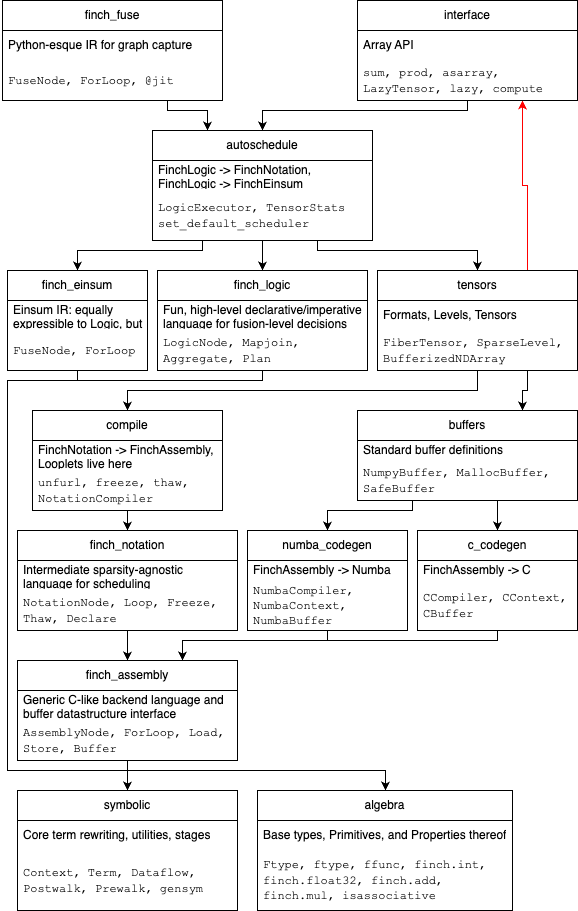
Above: finch-dependencies.png in finch-tensor/finch-tensor (draw.io), before the change. Source tidied: cells renumbered, new cells last; positions are measured from the earlier drawing's top-left corner, leaving out a move shared by most shapes.
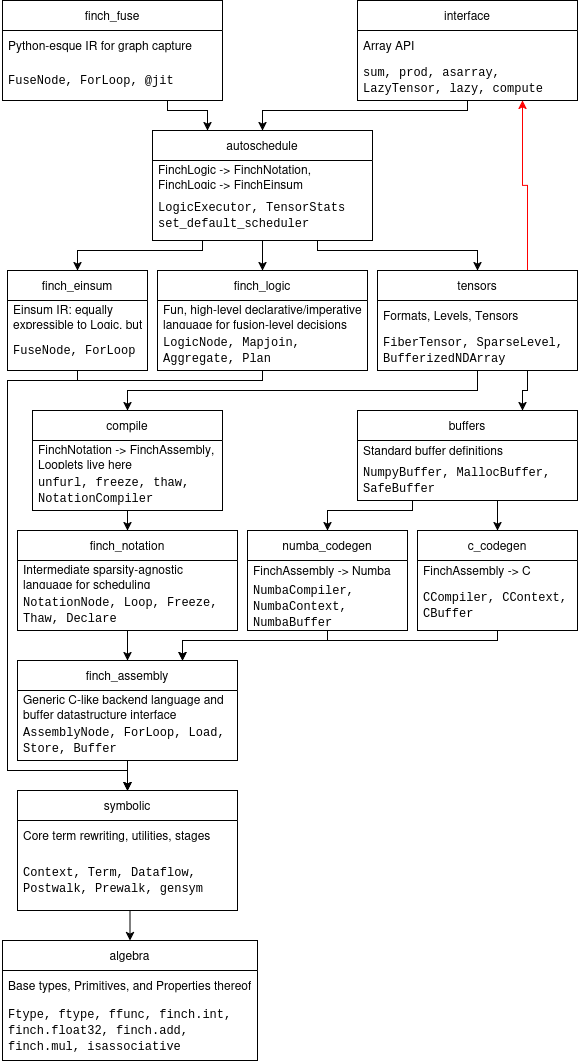
Later version of the same file.

The edit, as a diff of the source:
```diff
@@ -2,6 +2,9 @@
   <root>
     <mxCell id="0" />
     <mxCell id="1" parent="0" />
+    <mxCell id="62" style="edgeStyle=orthogonalEdgeStyle;rounded=0;jettySize=auto;html=1;exitX=0.5;exitY=1;exitDx=0;exitDy=0;entryX=0.5;entryY=0;entryDx=0;entryDy=0;" parent="1" edge="1" source="2" target="5">
+      <mxGeometry relative="1" as="geometry" />
+    </mxCell>
     <mxCell id="2" value="symbolic" style="swimlane;fontStyle=0;horizontal=1;startSize=30;whiteSpace=wrap;html=1;" parent="1" vertex="1">
       <mxGeometry x="15" y="790" width="220" height="120" as="geometry" />
     </mxCell>
@@ -12,7 +15,7 @@
       <mxGeometry y="60" width="220" height="60" as="geometry" />
     </mxCell>
     <mxCell id="5" value="algebra" style="swimlane;fontStyle=0;horizontal=1;startSize=30;whiteSpace=wrap;html=1;" parent="1" vertex="1">
-      <mxGeometry x="255" y="790" width="255" height="120" as="geometry" />
+      <mxGeometry y="940" width="255" height="120" as="geometry" />
     </mxCell>
     <mxCell id="6" value="Base types, Primitives, and Properties thereof" style="text;strokeColor=none;fillColor=none;align=left;verticalAlign=middle;spacingLeft=4;spacingRight=4;overflow=hidden;whiteSpace=wrap;html=1;" parent="5" vertex="1">
       <mxGeometry y="30" width="255" height="30" as="geometry" />
@@ -23,14 +26,6 @@
     <mxCell id="8" style="edgeStyle=orthogonalEdgeStyle;rounded=0;jettySize=auto;html=1;exitX=0.5;exitY=1;exitDx=0;exitDy=0;entryX=0.5;entryY=0;entryDx=0;entryDy=0;" parent="1" edge="1" source="10" target="2">
       <mxGeometry relative="1" as="geometry" />
     </mxCell>
-    <mxCell id="9" style="edgeStyle=orthogonalEdgeStyle;rounded=0;jettySize=auto;html=1;exitX=0.5;exitY=1;exitDx=0;exitDy=0;" parent="1" edge="1" source="10" target="5">
-      <mxGeometry relative="1" as="geometry">
-        <Array as="points">
-          <mxPoint x="125" y="770" />
-          <mxPoint x="383" y="770" />
-        </Array>
-      </mxGeometry>
-    </mxCell>
     <mxCell id="10" value="finch_assembly" style="swimlane;fontStyle=0;horizontal=1;startSize=30;whiteSpace=wrap;html=1;" parent="1" vertex="1">
       <mxGeometry x="15" y="660" width="220" height="100" as="geometry" />
     </mxCell>
```
